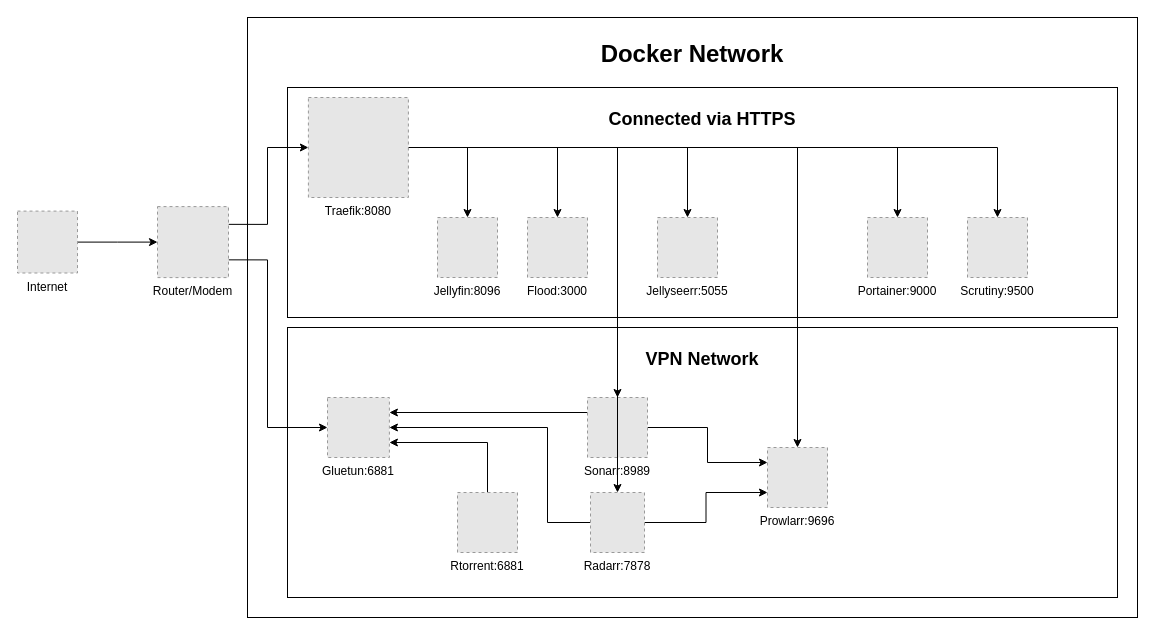
The draw.io diagram diagram.drawio in nlxdodge/composes, before the edit. Source tidied: cells renumbered, new cells numbered last; positions are measured from the earlier drawing's top-left corner, leaving out a move shared by most shapes. Both pictures are drawn from the tidied source at 100%, with x=0, y=0 at pixel (17, 17). Pictures stored in the file or linked from it are replaced by grey dashed boxes.
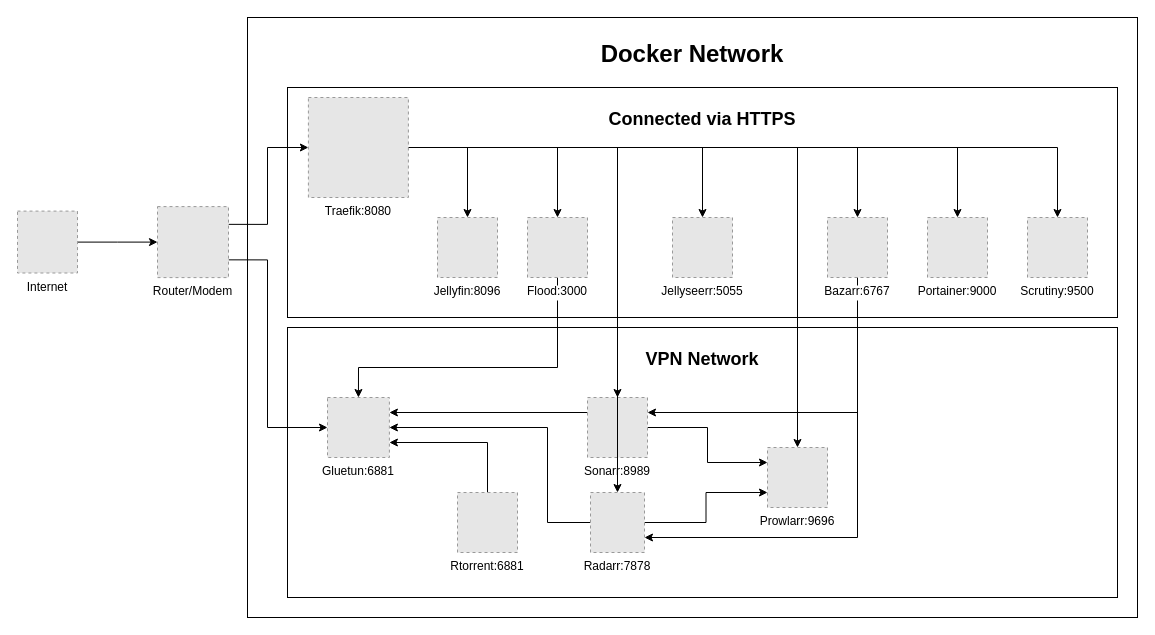
After the change.

The change refers to these unchanged cells:
```xml
<mxCell id="8" value="Radarr:7878" style="fillColor=#E6E6E6;strokeColor=#999999;dashed=1;verticalLabelPosition=bottom;labelBackgroundColor=default;verticalAlign=top;" parent="1" vertex="1">
  <mxGeometry x="573" y="475" width="54" height="60" as="geometry" />
</mxCell>
<mxCell id="11" value="Sonarr:8989" style="fillColor=#E6E6E6;strokeColor=#999999;dashed=1;verticalLabelPosition=bottom;labelBackgroundColor=default;verticalAlign=top;" parent="1" vertex="1">
  <mxGeometry x="570" y="380" width="60" height="60" as="geometry" />
</mxCell>
<mxCell id="20" value="Traefik:8080" style="fillColor=#E6E6E6;strokeColor=#999999;dashed=1;verticalLabelPosition=bottom;labelBackgroundColor=default;verticalAlign=top;" parent="1" vertex="1">
  <mxGeometry x="290.9" y="80" width="100" height="100" as="geometry" />
</mxCell>
<mxCell id="24" value="Flood:3000" style="fillColor=#E6E6E6;strokeColor=#999999;dashed=1;verticalLabelPosition=bottom;labelBackgroundColor=default;verticalAlign=top;" parent="1" vertex="1">
  <mxGeometry x="510" y="200" width="60" height="60" as="geometry" />
</mxCell>
<mxCell id="26" value="Gluetun:6881" style="fillColor=#E6E6E6;strokeColor=#999999;dashed=1;verticalLabelPosition=bottom;labelBackgroundColor=default;verticalAlign=top;" parent="1" vertex="1">
  <mxGeometry x="310" y="380" width="61.9" height="60" as="geometry" />
</mxCell>
```

The edit, as a diff of the source:
```diff
@@
+    <mxCell id="34" style="edgeStyle=orthogonalEdgeStyle;rounded=0;jettySize=auto;html=1;exitX=1;exitY=0.5;exitDx=0;exitDy=0;entryX=0.5;entryY=0;entryDx=0;entryDy=0;" parent="1" edge="1" source="20" target="38">
+      <mxGeometry relative="1" as="geometry" />
+    </mxCell>
@@
     <mxCell id="21" value="Jellyseerr:5055" style="fillColor=#E6E6E6;strokeColor=#999999;dashed=1;verticalLabelPosition=bottom;labelBackgroundColor=default;verticalAlign=top;" parent="1" vertex="1">
-      <mxGeometry x="640" y="200" width="60" height="60" as="geometry" />
+      <mxGeometry x="655" y="200" width="60" height="60" as="geometry" />
     </mxCell>
@@
     <mxCell id="23" value="Scrutiny:9500" style="fillColor=#E6E6E6;strokeColor=#999999;dashed=1;verticalLabelPosition=bottom;labelBackgroundColor=default;verticalAlign=top;" parent="1" vertex="1">
-      <mxGeometry x="950" y="200" width="60" height="60" as="geometry" />
+      <mxGeometry x="1010" y="200" width="60" height="60" as="geometry" />
     </mxCell>
+    <mxCell id="35" style="edgeStyle=orthogonalEdgeStyle;rounded=0;jettySize=auto;html=1;exitX=0.5;exitY=1;exitDx=0;exitDy=0;entryX=0.5;entryY=0;entryDx=0;entryDy=0;" parent="1" edge="1" source="24" target="26">
+      <mxGeometry relative="1" as="geometry">
+        <Array as="points">
+          <mxPoint x="540" y="350" />
+          <mxPoint x="341" y="350" />
+        </Array>
+      </mxGeometry>
+    </mxCell>
@@
     <mxCell id="25" value="Portainer:9000" style="fillColor=#E6E6E6;strokeColor=#999999;dashed=1;verticalLabelPosition=bottom;labelBackgroundColor=default;verticalAlign=top;" parent="1" vertex="1">
-      <mxGeometry x="850" y="200" width="60" height="60" as="geometry" />
+      <mxGeometry x="910" y="200" width="60" height="60" as="geometry" />
     </mxCell>
@@
+    <mxCell id="36" style="edgeStyle=orthogonalEdgeStyle;rounded=0;jettySize=auto;html=1;exitX=0.5;exitY=1;exitDx=0;exitDy=0;entryX=1;entryY=0.25;entryDx=0;entryDy=0;" parent="1" edge="1" source="38" target="11">
+      <mxGeometry relative="1" as="geometry" />
+    </mxCell>
+    <mxCell id="37" style="edgeStyle=orthogonalEdgeStyle;rounded=0;jettySize=auto;html=1;exitX=0.5;exitY=1;exitDx=0;exitDy=0;entryX=1;entryY=0.75;entryDx=0;entryDy=0;" parent="1" edge="1" source="38" target="8">
+      <mxGeometry relative="1" as="geometry" />
+    </mxCell>
+    <mxCell id="38" value="Bazarr:6767" style="fillColor=#E6E6E6;strokeColor=#999999;dashed=1;verticalLabelPosition=bottom;labelBackgroundColor=default;verticalAlign=top;" parent="1" vertex="1">
+      <mxGeometry x="810" y="200" width="60" height="60" as="geometry" />
+    </mxCell>
```
